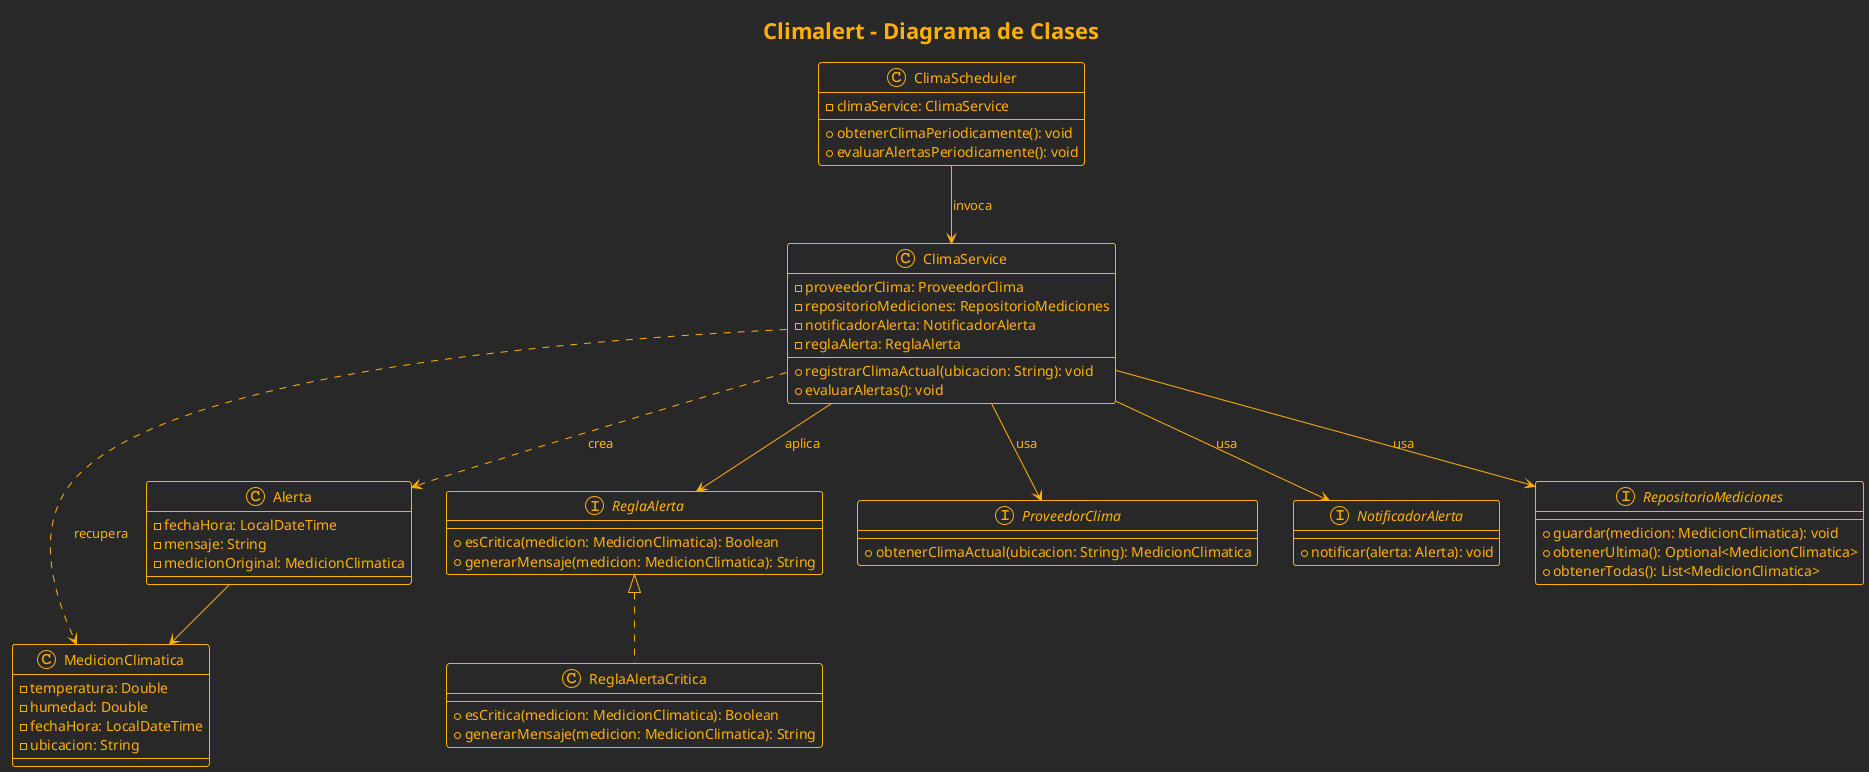
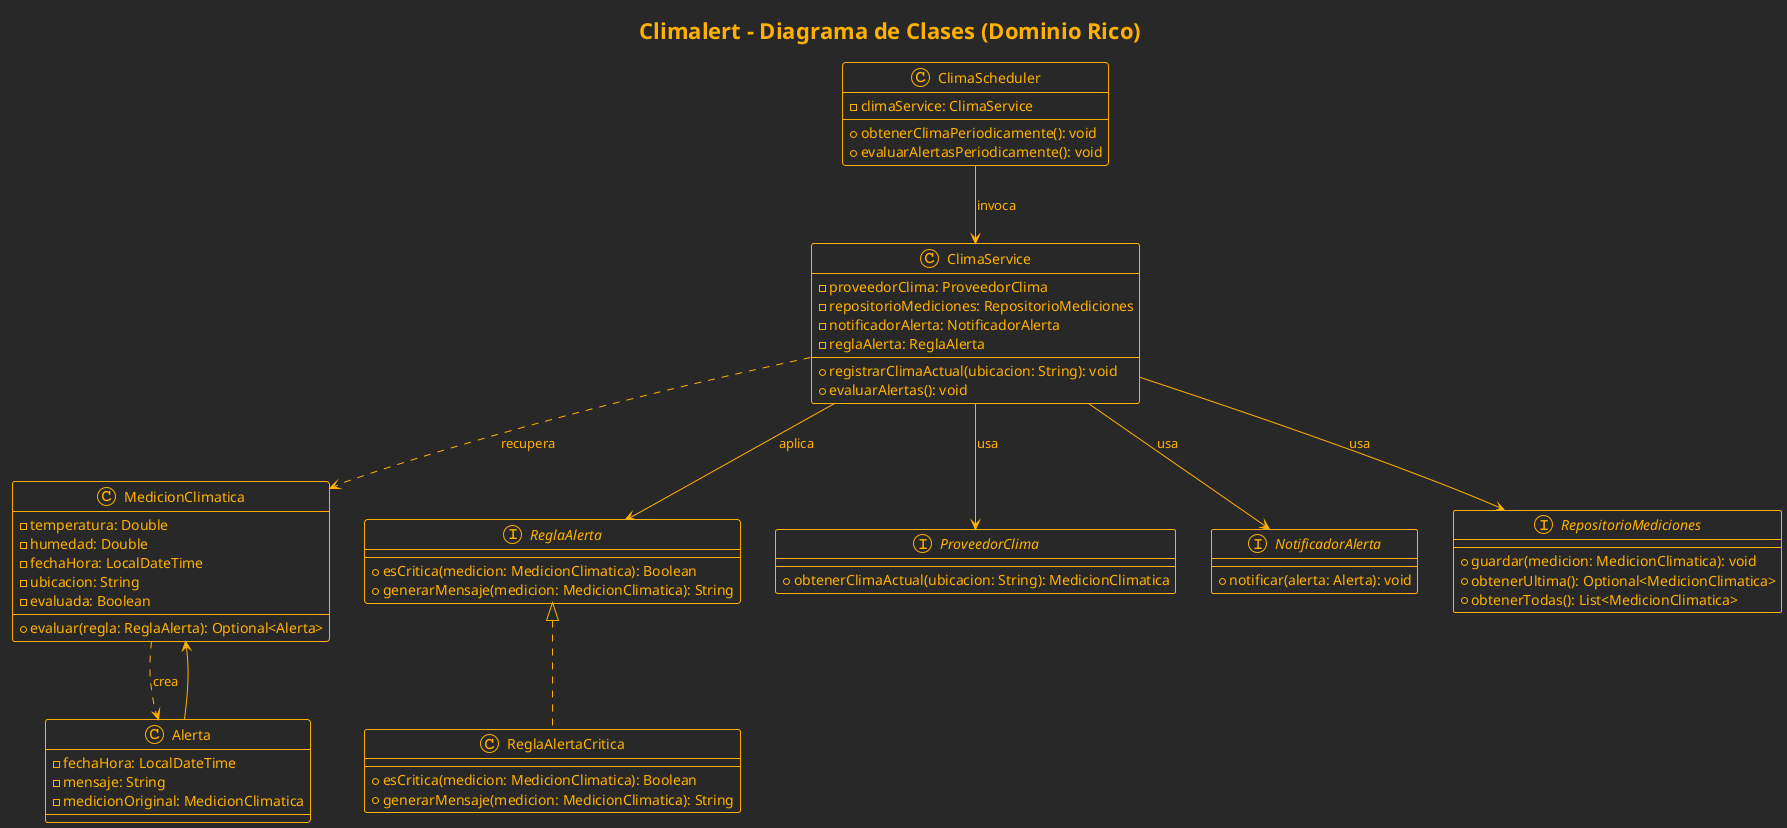
-     @startuml
-     !theme crt-amber
-     title Climalert - Diagrama de Clases
+ @startuml
+ !theme crt-amber
+ title Climalert - Diagrama de Clases (Dominio Rico)

-     class MedicionClimatica {
-       - temperatura: Double
-       - humedad: Double
-       - fechaHora: LocalDateTime
-       - ubicacion: String
-     }
+ class MedicionClimatica {
+   - temperatura: Double
+   - humedad: Double
+   - fechaHora: LocalDateTime
+   - ubicacion: String
+   - evaluada: Boolean
+   + evaluar(regla: ReglaAlerta): Optional<Alerta>
+ }

-     class Alerta {
-       - fechaHora: LocalDateTime
-       - mensaje: String
-       - medicionOriginal: MedicionClimatica
-     }
+ class Alerta {
+   - fechaHora: LocalDateTime
+   - mensaje: String
+   - medicionOriginal: MedicionClimatica
+ }

-     interface ReglaAlerta {
-       + esCritica(medicion: MedicionClimatica): Boolean
-       + generarMensaje(medicion: MedicionClimatica): String
-     }
+ interface ReglaAlerta {
+   + esCritica(medicion: MedicionClimatica): Boolean
+   + generarMensaje(medicion: MedicionClimatica): String
+ }

-     class ReglaAlertaCritica implements ReglaAlerta {
-       + esCritica(medicion: MedicionClimatica): Boolean
-       + generarMensaje(medicion: MedicionClimatica): String
-     }
+ class ReglaAlertaCritica implements ReglaAlerta {
+   + esCritica(medicion: MedicionClimatica): Boolean
+   + generarMensaje(medicion: MedicionClimatica): String
+ }

-     interface ProveedorClima {
-       + obtenerClimaActual(ubicacion: String): MedicionClimatica
-     }
+ interface ProveedorClima {
+   + obtenerClimaActual(ubicacion: String): MedicionClimatica
+ }

-     interface NotificadorAlerta {
-       + notificar(alerta: Alerta): void
-     }
+ interface NotificadorAlerta {
+   + notificar(alerta: Alerta): void
+ }

-     interface RepositorioMediciones {
-       + guardar(medicion: MedicionClimatica): void
-       + obtenerUltima(): Optional<MedicionClimatica>
-       + obtenerTodas(): List<MedicionClimatica>
-     }
+ interface RepositorioMediciones {
+   + guardar(medicion: MedicionClimatica): void
+   + obtenerUltima(): Optional<MedicionClimatica>
+   + obtenerTodas(): List<MedicionClimatica>
+ }

-     class ClimaService {
-       - proveedorClima: ProveedorClima
-       - repositorioMediciones: RepositorioMediciones
-       - notificadorAlerta: NotificadorAlerta
-       - reglaAlerta: ReglaAlerta
-       + registrarClimaActual(ubicacion: String): void
-       + evaluarAlertas(): void
-     }
+ class ClimaService {
+   - proveedorClima: ProveedorClima
+   - repositorioMediciones: RepositorioMediciones
+   - notificadorAlerta: NotificadorAlerta
+   - reglaAlerta: ReglaAlerta
+   + registrarClimaActual(ubicacion: String): void
+   + evaluarAlertas(): void
+ }

-     class ClimaScheduler {
-       - climaService: ClimaService
-       + obtenerClimaPeriodicamente(): void
-       + evaluarAlertasPeriodicamente(): void
-     }
+ class ClimaScheduler {
+   - climaService: ClimaService
+   + obtenerClimaPeriodicamente(): void
+   + evaluarAlertasPeriodicamente(): void
+ }

-     ' Relaciones de Estructura (Asociaciones)
-     Alerta --> MedicionClimatica
-     ClimaService --> ProveedorClima : "usa"
-     ClimaService --> RepositorioMediciones : "usa"
-     ClimaService --> NotificadorAlerta : "usa"
-     ClimaService --> ReglaAlerta : "aplica"
-     ClimaScheduler --> ClimaService : "invoca"
+ ' Relaciones de Estructura (Asociaciones)
+ Alerta --> MedicionClimatica
+ ClimaService --> ProveedorClima : "usa"
+ ClimaService --> RepositorioMediciones : "usa"
+ ClimaService --> NotificadorAlerta : "usa"
+ ClimaService --> ReglaAlerta : "aplica"
+ ClimaScheduler --> ClimaService : "invoca"

-     ' Relaciones de Comportamiento / Dependencia (Uso o Creación)
-     ClimaService ..> MedicionClimatica : "recupera"
-     ClimaService ..> Alerta : "crea"
+ ' Relaciones de Comportamiento / Dependencia (Uso o Creación)
+ ClimaService ..> MedicionClimatica : "recupera"
+ MedicionClimatica ..> Alerta : "crea"

-     @enduml
+ @enduml
